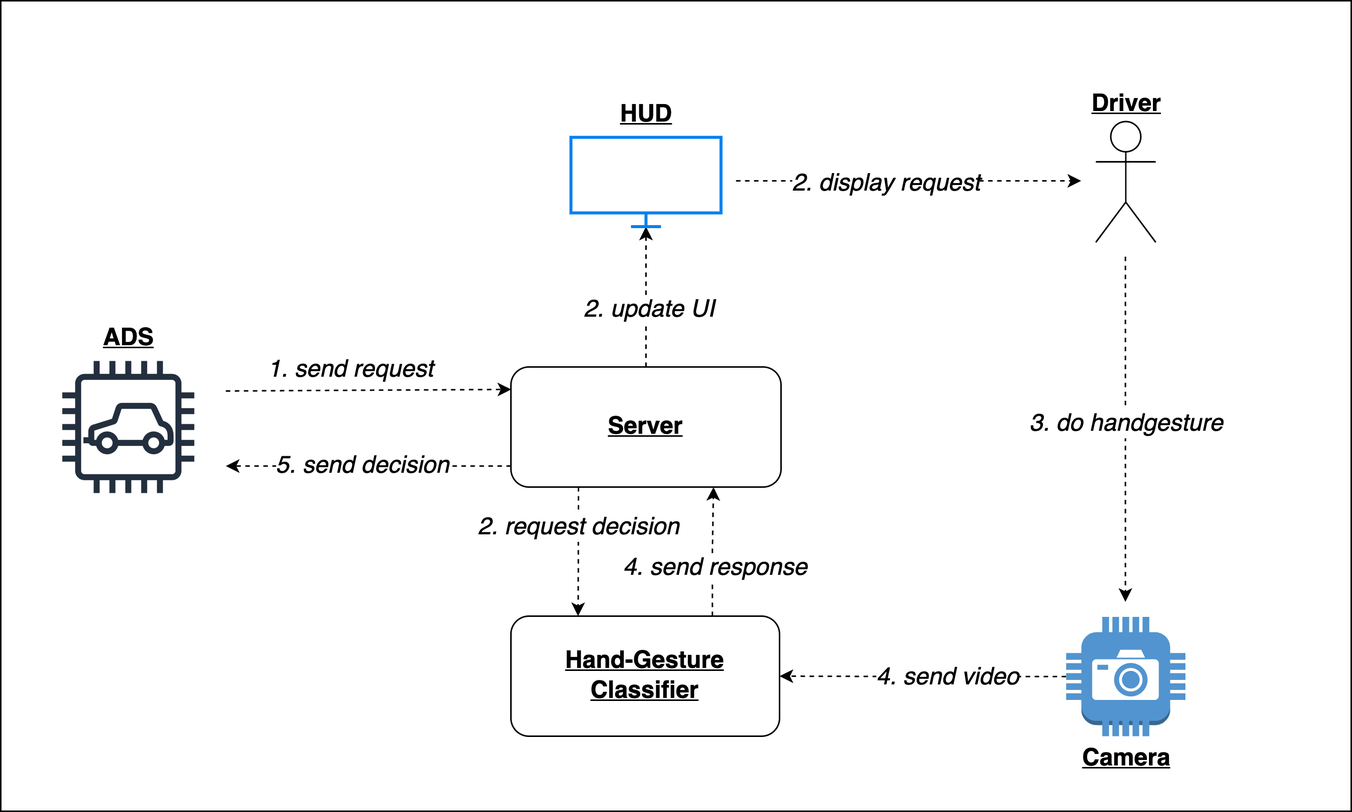
This is component_overview.png from danielbinschmid/driver-hci, a draw.io export, as it was before one commit. Source tidied: cells renumbered, new cells last; positions are measured from the earlier drawing's top-left corner, leaving out a move shared by most shapes. The source it was exported from:
```xml
<mxGraphModel>
  <root>
    <mxCell id="0" />
    <mxCell id="1" parent="0" />
    <mxCell id="2" style="rounded=0;whiteSpace=wrap;html=1;fontSize=16;" parent="1" vertex="1">
      <mxGeometry width="900" height="540" as="geometry" />
    </mxCell>
    <mxCell id="3" style="edgeStyle=orthogonalEdgeStyle;rounded=0;jettySize=auto;html=1;exitX=0.25;exitY=1;exitDx=0;exitDy=0;entryX=0.25;entryY=0;entryDx=0;entryDy=0;dashed=1;fontSize=16;" parent="1" edge="1" source="7" target="15">
      <mxGeometry relative="1" as="geometry" />
    </mxCell>
    <mxCell id="4" value="&lt;i&gt;2. request decision&lt;/i&gt;" style="edgeLabel;html=1;align=center;verticalAlign=middle;fontSize=16;" parent="3" vertex="1">
      <mxGeometry x="0.01" relative="1" as="geometry">
        <mxPoint y="-17" as="offset" />
      </mxGeometry>
    </mxCell>
    <mxCell id="5" style="edgeStyle=orthogonalEdgeStyle;rounded=0;jettySize=auto;html=1;exitX=0.5;exitY=0;exitDx=0;exitDy=0;dashed=1;fontSize=16;" parent="1" edge="1" source="7" target="8">
      <mxGeometry relative="1" as="geometry" />
    </mxCell>
    <mxCell id="6" value="&lt;i&gt;2. update UI&lt;/i&gt;" style="edgeLabel;html=1;align=center;verticalAlign=middle;fontSize=16;" parent="5" vertex="1">
      <mxGeometry x="-0.16" y="-1" relative="1" as="geometry" />
    </mxCell>
    <mxCell id="7" value="&lt;font style=&quot;font-size: 16px;&quot;&gt;&lt;b&gt;&lt;u&gt;Server&lt;/u&gt;&lt;/b&gt;&lt;/font&gt;" style="rounded=1;whiteSpace=wrap;html=1;" parent="1" vertex="1">
      <mxGeometry x="340" y="244" width="180" height="80" as="geometry" />
    </mxCell>
    <mxCell id="8" style="html=1;verticalLabelPosition=bottom;align=center;labelBackgroundColor=#ffffff;verticalAlign=top;strokeWidth=2;strokeColor=#0080F0;shadow=0;dashed=0;shape=mxgraph.ios7.icons.monitor;fontSize=16;" parent="1" vertex="1">
      <mxGeometry x="380" y="91" width="100" height="59.5" as="geometry" />
    </mxCell>
    <mxCell id="9" value="Car" style="sketch=0;fontColor=#232F3E;gradientColor=none;strokeColor=#232F3E;fillColor=#ffffff;dashed=0;verticalLabelPosition=bottom;verticalAlign=top;align=center;html=1;fontSize=12;fontStyle=0;shape=mxgraph.aws4.resourceIcon;resIcon=mxgraph.aws4.car;" parent="1" vertex="1">
      <mxGeometry x="30" y="229" width="110" height="110" as="geometry" />
    </mxCell>
    <mxCell id="10" value="&lt;b&gt;&lt;u&gt;ADS&lt;/u&gt;&lt;/b&gt;" style="text;html=1;align=center;verticalAlign=middle;strokeColor=none;fillColor=none;fontSize=16;" parent="1" vertex="1">
      <mxGeometry x="55" y="210" width="60" height="30" as="geometry" />
    </mxCell>
    <mxCell id="11" value="&lt;b&gt;&lt;u&gt;HUD&lt;/u&gt;&lt;/b&gt;" style="text;html=1;align=center;verticalAlign=middle;strokeColor=none;fillColor=none;fontSize=16;" parent="1" vertex="1">
      <mxGeometry x="399.5" y="61" width="60" height="30" as="geometry" />
    </mxCell>
    <mxCell id="12" value="&lt;b&gt;&lt;u&gt;Camera&lt;/u&gt;&lt;/b&gt;" style="text;html=1;align=center;verticalAlign=middle;strokeColor=none;fillColor=none;fontSize=16;" parent="1" vertex="1">
      <mxGeometry x="710" y="490" width="80" height="30" as="geometry" />
    </mxCell>
    <mxCell id="13" style="edgeStyle=orthogonalEdgeStyle;rounded=0;jettySize=auto;html=1;exitX=0.75;exitY=0;exitDx=0;exitDy=0;entryX=0.75;entryY=1;entryDx=0;entryDy=0;dashed=1;fontSize=16;" parent="1" edge="1" source="15" target="7">
      <mxGeometry relative="1" as="geometry" />
    </mxCell>
    <mxCell id="14" value="&lt;i&gt;4. send response&lt;/i&gt;" style="edgeLabel;html=1;align=center;verticalAlign=middle;fontSize=16;" parent="13" vertex="1">
      <mxGeometry x="-0.23" relative="1" as="geometry">
        <mxPoint x="1" as="offset" />
      </mxGeometry>
    </mxCell>
    <mxCell id="15" value="&lt;span style=&quot;font-size: 16px;&quot;&gt;&lt;b&gt;&lt;u&gt;Hand-Gesture Classifier&lt;/u&gt;&lt;/b&gt;&lt;/span&gt;" style="rounded=1;whiteSpace=wrap;html=1;" parent="1" vertex="1">
      <mxGeometry x="340" y="410" width="179" height="80" as="geometry" />
    </mxCell>
    <mxCell id="16" style="edgeStyle=orthogonalEdgeStyle;rounded=0;jettySize=auto;html=1;exitX=0;exitY=0.5;exitDx=0;exitDy=0;exitPerimeter=0;entryX=1;entryY=0.5;entryDx=0;entryDy=0;dashed=1;fontSize=16;" parent="1" edge="1" source="18" target="15">
      <mxGeometry relative="1" as="geometry" />
    </mxCell>
    <mxCell id="17" value="&lt;i&gt;4. send video&lt;/i&gt;" style="edgeLabel;html=1;align=center;verticalAlign=middle;fontSize=16;" parent="16" vertex="1">
      <mxGeometry x="-0.2" relative="1" as="geometry">
        <mxPoint x="-3" as="offset" />
      </mxGeometry>
    </mxCell>
    <mxCell id="18" style="outlineConnect=0;dashed=0;verticalLabelPosition=bottom;verticalAlign=top;align=center;html=1;shape=mxgraph.aws3.camera;fillColor=#5294CF;gradientColor=none;fontSize=16;" parent="1" vertex="1">
      <mxGeometry x="710" y="410.5" width="79.5" height="79.5" as="geometry" />
    </mxCell>
    <mxCell id="19" style="endArrow=classic;html=1;rounded=0;fontSize=16;entryX=0.001;entryY=0.187;entryDx=0;entryDy=0;dashed=1;entryPerimeter=0;" parent="1" edge="1" target="7">
      <mxGeometry relative="1" as="geometry">
        <mxPoint x="150" y="260" as="sourcePoint" />
      </mxGeometry>
    </mxCell>
    <mxCell id="20" value="&lt;i&gt;1. send request&lt;/i&gt;" style="edgeLabel;html=1;align=center;verticalAlign=middle;fontSize=16;" parent="19" vertex="1">
      <mxGeometry x="0.43" y="-2" relative="1" as="geometry">
        <mxPoint x="-53" y="-16" as="offset" />
      </mxGeometry>
    </mxCell>
    <mxCell id="21" value="&lt;b&gt;&lt;u&gt;Driver&lt;/u&gt;&lt;/b&gt;" style="shape=umlActor;verticalLabelPosition=top;verticalAlign=bottom;html=1;fontSize=16;labelPosition=center;align=center;" parent="1" vertex="1">
      <mxGeometry x="729.8" y="80.5" width="40" height="80.5" as="geometry" />
    </mxCell>
    <mxCell id="22" style="endArrow=classic;html=1;rounded=0;dashed=1;fontSize=16;" parent="1" edge="1">
      <mxGeometry relative="1" as="geometry">
        <mxPoint x="749.5" y="170.5" as="sourcePoint" />
        <mxPoint x="749.5" y="400.5" as="targetPoint" />
      </mxGeometry>
    </mxCell>
    <mxCell id="23" value="&lt;i&gt;3. do handgesture&lt;/i&gt;" style="edgeLabel;html=1;align=center;verticalAlign=middle;fontSize=16;" parent="22" vertex="1">
      <mxGeometry x="-0.03" relative="1" as="geometry" />
    </mxCell>
    <mxCell id="24" style="endArrow=classic;html=1;rounded=0;dashed=1;fontSize=16;" parent="1" edge="1">
      <mxGeometry relative="1" as="geometry">
        <mxPoint x="490" y="120" as="sourcePoint" />
        <mxPoint x="720" y="120" as="targetPoint" />
      </mxGeometry>
    </mxCell>
    <mxCell id="25" value="&lt;i&gt;2. display request&lt;/i&gt;" style="edgeLabel;html=1;align=center;verticalAlign=middle;fontSize=16;" parent="24" vertex="1">
      <mxGeometry x="0.06" relative="1" as="geometry">
        <mxPoint x="-22" y="1" as="offset" />
      </mxGeometry>
    </mxCell>
    <mxCell id="26" style="endArrow=classic;html=1;rounded=0;dashed=1;fontSize=16;exitX=0;exitY=0.825;exitDx=0;exitDy=0;exitPerimeter=0;" parent="1" edge="1" source="7">
      <mxGeometry relative="1" as="geometry">
        <mxPoint x="150" y="310" as="targetPoint" />
      </mxGeometry>
    </mxCell>
    <mxCell id="27" value="&lt;i&gt;5. send decision&lt;/i&gt;" style="edgeLabel;html=1;align=center;verticalAlign=middle;fontSize=16;" parent="26" vertex="1">
      <mxGeometry x="-0.3" y="-1" relative="1" as="geometry">
        <mxPoint x="-34" as="offset" />
      </mxGeometry>
    </mxCell>
    <mxCell id="28" style="rounded=0;whiteSpace=wrap;html=1;fontSize=16;fontColor=default;strokeColor=none;" parent="1" vertex="1">
      <mxGeometry x="20" y="339" width="120" height="60" as="geometry" />
    </mxCell>
  </root>
</mxGraphModel>
```
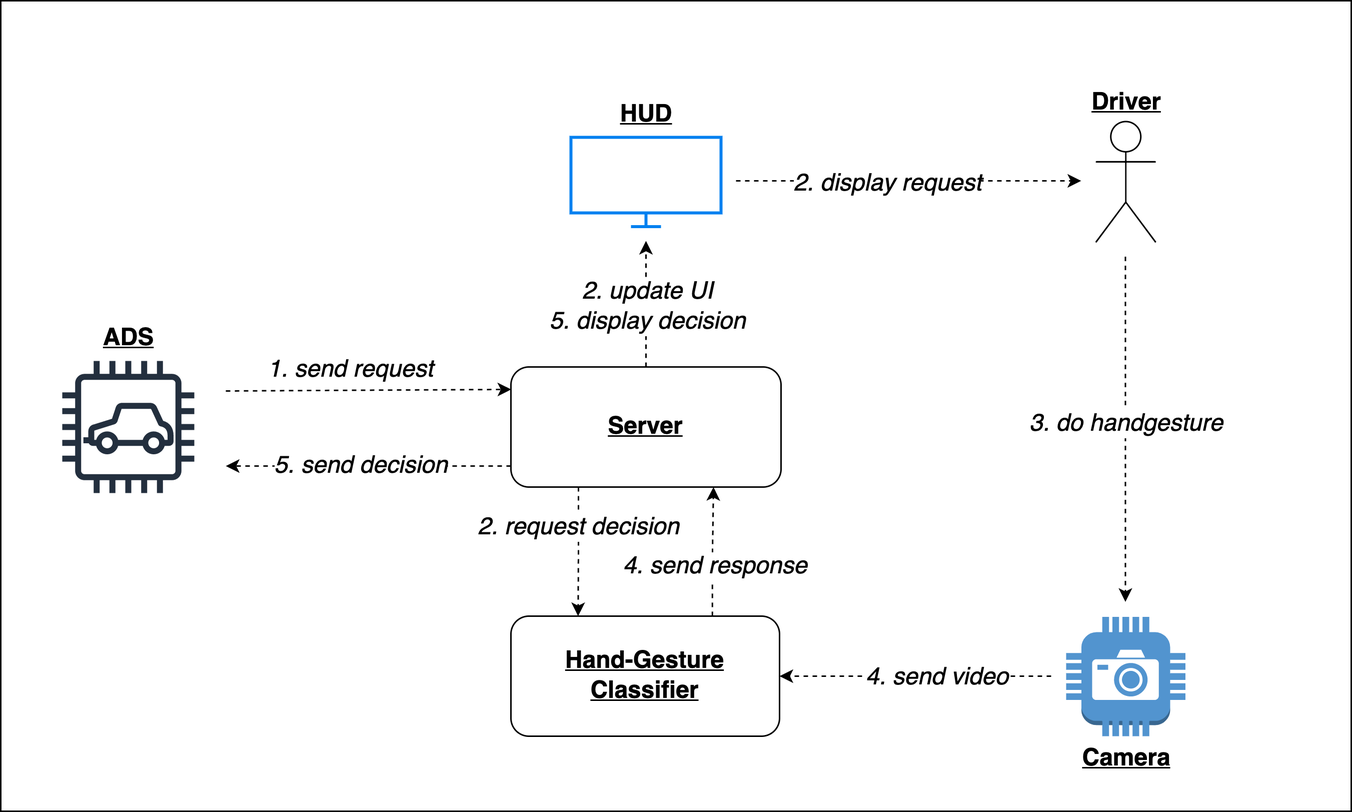
The same diagram one commit later.

Commit message:
updated component overview figure

Diff of the diagram source:
```diff
@@ -13,11 +13,15 @@
         <mxPoint y="-17" as="offset" />
       </mxGeometry>
     </mxCell>
-    <mxCell id="5" style="edgeStyle=orthogonalEdgeStyle;rounded=0;jettySize=auto;html=1;exitX=0.5;exitY=0;exitDx=0;exitDy=0;dashed=1;fontSize=16;" parent="1" edge="1" source="7" target="8">
-      <mxGeometry relative="1" as="geometry" />
+    <mxCell id="5" style="edgeStyle=orthogonalEdgeStyle;rounded=0;jettySize=auto;html=1;exitX=0.5;exitY=0;exitDx=0;exitDy=0;dashed=1;fontSize=16;" parent="1" edge="1" source="7">
+      <mxGeometry relative="1" as="geometry">
+        <mxPoint x="430" y="160" as="targetPoint" />
+      </mxGeometry>
     </mxCell>
-    <mxCell id="6" value="&lt;i&gt;2. update UI&lt;/i&gt;" style="edgeLabel;html=1;align=center;verticalAlign=middle;fontSize=16;" parent="5" vertex="1">
-      <mxGeometry x="-0.16" y="-1" relative="1" as="geometry" />
+    <mxCell id="6" value="&lt;i&gt;2. update UI&lt;br&gt;5. display decision&lt;br&gt;&lt;/i&gt;" style="edgeLabel;html=1;align=center;verticalAlign=middle;fontSize=16;" parent="5" vertex="1">
+      <mxGeometry x="-0.16" y="-1" relative="1" as="geometry">
+        <mxPoint x="-1" y="-5" as="offset" />
+      </mxGeometry>
     </mxCell>
     <mxCell id="7" value="&lt;font style=&quot;font-size: 16px;&quot;&gt;&lt;b&gt;&lt;u&gt;Server&lt;/u&gt;&lt;/b&gt;&lt;/font&gt;" style="rounded=1;whiteSpace=wrap;html=1;" parent="1" vertex="1">
       <mxGeometry x="340" y="244" width="180" height="80" as="geometry" />
@@ -48,8 +52,10 @@
     <mxCell id="15" value="&lt;span style=&quot;font-size: 16px;&quot;&gt;&lt;b&gt;&lt;u&gt;Hand-Gesture Classifier&lt;/u&gt;&lt;/b&gt;&lt;/span&gt;" style="rounded=1;whiteSpace=wrap;html=1;" parent="1" vertex="1">
       <mxGeometry x="340" y="410" width="179" height="80" as="geometry" />
     </mxCell>
-    <mxCell id="16" style="edgeStyle=orthogonalEdgeStyle;rounded=0;jettySize=auto;html=1;exitX=0;exitY=0.5;exitDx=0;exitDy=0;exitPerimeter=0;entryX=1;entryY=0.5;entryDx=0;entryDy=0;dashed=1;fontSize=16;" parent="1" edge="1" source="18" target="15">
-      <mxGeometry relative="1" as="geometry" />
+    <mxCell id="16" style="edgeStyle=orthogonalEdgeStyle;rounded=0;jettySize=auto;html=1;entryX=1;entryY=0.5;entryDx=0;entryDy=0;dashed=1;fontSize=16;" parent="1" edge="1" target="15">
+      <mxGeometry relative="1" as="geometry">
+        <mxPoint x="700" y="450" as="sourcePoint" />
+      </mxGeometry>
     </mxCell>
     <mxCell id="17" value="&lt;i&gt;4. send video&lt;/i&gt;" style="edgeLabel;html=1;align=center;verticalAlign=middle;fontSize=16;" parent="16" vertex="1">
       <mxGeometry x="-0.2" relative="1" as="geometry">
```
